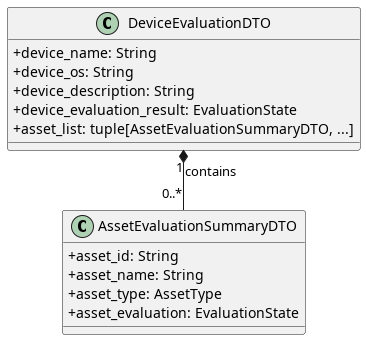
Above: src/PB/DocumentazioneEsterna/Specifica_Tecnica/content/05-diagrammi-classi/uml/png/GetDeviceEvaluationDetail/DeviceEvaluationDTO.png in GroupRubberDuck/Documentazione (PlantUML), before the change.
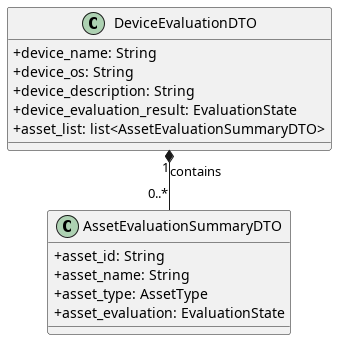
The same file after the commit.

Change to the diagram source:
```diff
@@ -14,7 +14,7 @@
     + device_os: String
     + device_description: String
     + device_evaluation_result: EvaluationState
-    + asset_list: tuple[AssetEvaluationSummaryDTO, ...]
+    + asset_list: list<AssetEvaluationSummaryDTO>
 }
 
 DeviceEvaluationDTO "1" *-- "0..*" AssetEvaluationSummaryDTO : contains
```
